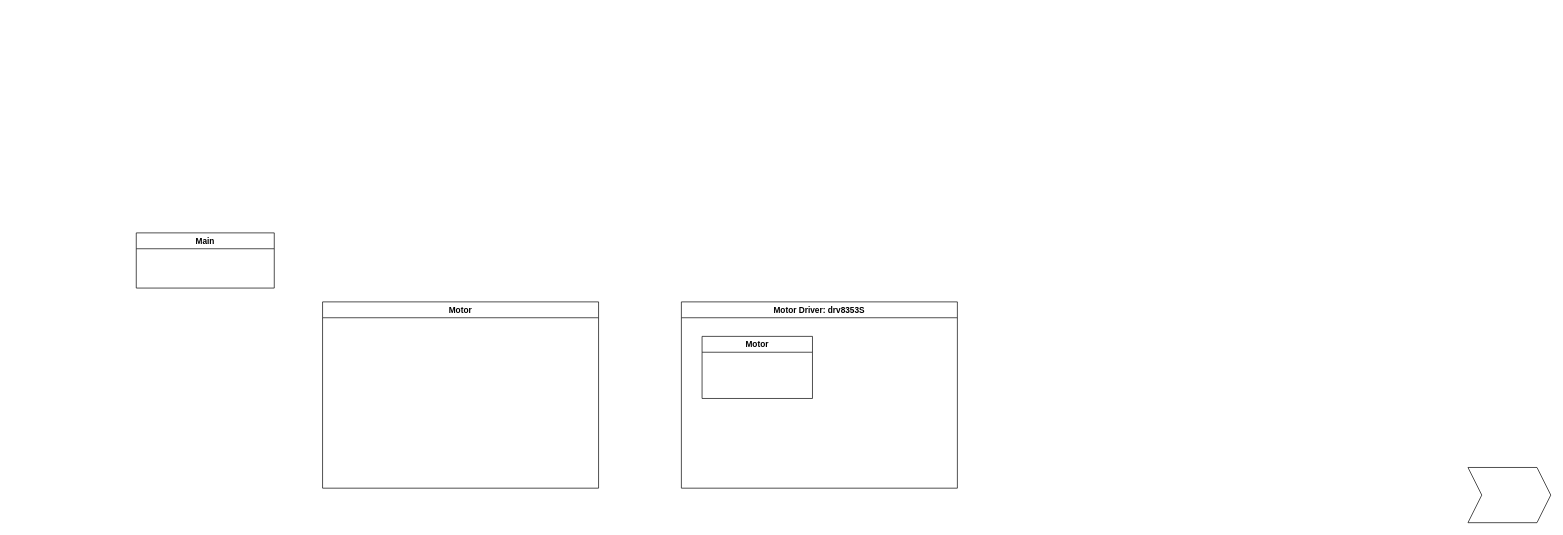
Above: page "Page-1" (1 of 2) of Untitled Diagram.drawio in Electrium-Mobility/ESC-S25 (draw.io), before the change. Source tidied: cells renumbered, new cells numbered last; positions are measured from the earlier drawing's top-left corner, leaving out a move shared by most shapes. Both pictures are drawn from the tidied source at 69%, with x=0, y=0 at pixel (136, 233).
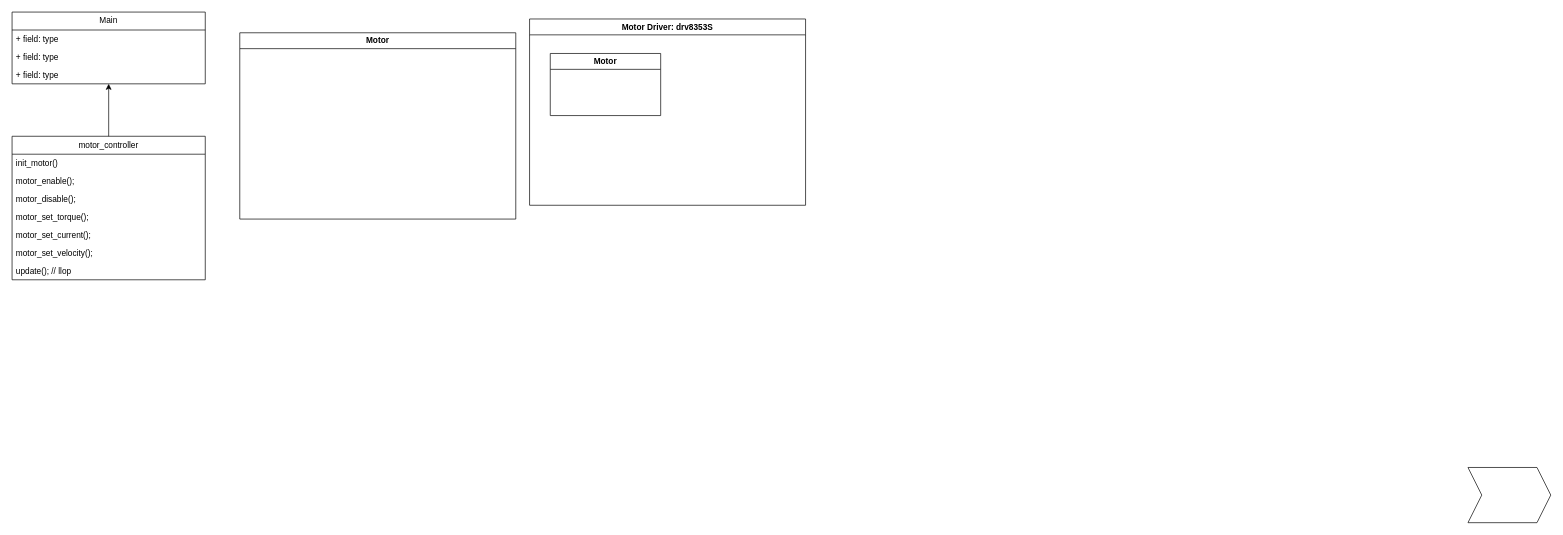
The same page after the edit.

Diff of the diagram source:
```diff
@@
 <mxGraphModel>
   <root>
     <mxCell id="0" />
     <mxCell id="1" parent="0" />
-    <mxCell id="2" value="Main" style="swimlane;whiteSpace=wrap;html=1;" parent="1" vertex="1">
-      <mxGeometry width="200" height="80" as="geometry" />
-    </mxCell>
     <mxCell id="3" style="shape=step;perimeter=stepPerimeter;whiteSpace=wrap;html=1;fixedSize=1;" parent="1" vertex="1">
       <mxGeometry x="1930" y="340" width="120" height="80" as="geometry" />
     </mxCell>
     <mxCell id="4" value="Motor" style="swimlane;whiteSpace=wrap;html=1;startSize=23;" parent="1" vertex="1">
-      <mxGeometry x="270" y="100" width="400" height="270" as="geometry" />
+      <mxGeometry x="150" y="-290" width="400" height="270" as="geometry" />
     </mxCell>
     <mxCell id="5" value="Motor Driver: drv8353S" style="swimlane;whiteSpace=wrap;html=1;startSize=23;" parent="1" vertex="1">
-      <mxGeometry x="790" y="100" width="400" height="270" as="geometry" />
+      <mxGeometry x="570" y="-310" width="400" height="270" as="geometry" />
     </mxCell>
     <mxCell id="6" value="Motor" style="swimlane;whiteSpace=wrap;html=1;startSize=23;" parent="5" vertex="1">
       <mxGeometry x="30" y="50" width="160" height="90" as="geometry" />
     </mxCell>
+    <mxCell id="7" style="edgeStyle=orthogonalEdgeStyle;rounded=0;jettySize=auto;html=1;exitX=0.5;exitY=0;exitDx=0;exitDy=0;" parent="1" edge="1" source="8" target="2">
+      <mxGeometry relative="1" as="geometry" />
+    </mxCell>
+    <mxCell id="8" value="motor_controller" style="swimlane;fontStyle=0;horizontal=1;startSize=26;fillColor=none;whiteSpace=wrap;html=1;" parent="1" vertex="1">
+      <mxGeometry x="-180" y="-140" width="280" height="208" as="geometry" />
+    </mxCell>
+    <mxCell id="9" value="init_motor()" style="text;strokeColor=none;fillColor=none;align=left;verticalAlign=top;spacingLeft=4;spacingRight=4;overflow=hidden;whiteSpace=wrap;html=1;" parent="8" vertex="1">
+      <mxGeometry y="26" width="280" height="26" as="geometry" />
+    </mxCell>
+    <mxCell id="10" value="motor_enable();" style="text;strokeColor=none;fillColor=none;align=left;verticalAlign=top;spacingLeft=4;spacingRight=4;overflow=hidden;whiteSpace=wrap;html=1;" parent="8" vertex="1">
+      <mxGeometry y="52" width="280" height="26" as="geometry" />
+    </mxCell>
+    <mxCell id="11" value="motor_disable();&amp;nbsp;" style="text;strokeColor=none;fillColor=none;align=left;verticalAlign=top;spacingLeft=4;spacingRight=4;overflow=hidden;whiteSpace=wrap;html=1;" parent="8" vertex="1">
+      <mxGeometry y="78" width="280" height="26" as="geometry" />
+    </mxCell>
+    <mxCell id="12" value="motor_set_torque();" style="text;strokeColor=none;fillColor=none;align=left;verticalAlign=top;spacingLeft=4;spacingRight=4;overflow=hidden;whiteSpace=wrap;html=1;" parent="8" vertex="1">
+      <mxGeometry y="104" width="280" height="26" as="geometry" />
+    </mxCell>
+    <mxCell id="13" value="motor_set_current();" style="text;strokeColor=none;fillColor=none;align=left;verticalAlign=top;spacingLeft=4;spacingRight=4;overflow=hidden;whiteSpace=wrap;html=1;" parent="8" vertex="1">
+      <mxGeometry y="130" width="280" height="26" as="geometry" />
+    </mxCell>
+    <mxCell id="14" value="motor_set_velocity();" style="text;strokeColor=none;fillColor=none;align=left;verticalAlign=top;spacingLeft=4;spacingRight=4;overflow=hidden;whiteSpace=wrap;html=1;" parent="8" vertex="1">
+      <mxGeometry y="156" width="280" height="26" as="geometry" />
+    </mxCell>
+    <mxCell id="15" value="update(); // llop" style="text;strokeColor=none;fillColor=none;align=left;verticalAlign=top;spacingLeft=4;spacingRight=4;overflow=hidden;whiteSpace=wrap;html=1;" parent="8" vertex="1">
+      <mxGeometry y="182" width="280" height="26" as="geometry" />
+    </mxCell>
+    <mxCell id="2" value="Main" style="swimlane;fontStyle=0;horizontal=1;startSize=26;fillColor=none;whiteSpace=wrap;html=1;" parent="1" vertex="1">
+      <mxGeometry x="-180" y="-320" width="280" height="104" as="geometry" />
+    </mxCell>
+    <mxCell id="16" value="+ field: type" style="text;strokeColor=none;fillColor=none;align=left;verticalAlign=top;spacingLeft=4;spacingRight=4;overflow=hidden;whiteSpace=wrap;html=1;" parent="2" vertex="1">
+      <mxGeometry y="26" width="280" height="26" as="geometry" />
+    </mxCell>
+    <mxCell id="17" value="+ field: type" style="text;strokeColor=none;fillColor=none;align=left;verticalAlign=top;spacingLeft=4;spacingRight=4;overflow=hidden;whiteSpace=wrap;html=1;" parent="2" vertex="1">
+      <mxGeometry y="52" width="280" height="26" as="geometry" />
+    </mxCell>
+    <mxCell id="18" value="+ field: type" style="text;strokeColor=none;fillColor=none;align=left;verticalAlign=top;spacingLeft=4;spacingRight=4;overflow=hidden;whiteSpace=wrap;html=1;" parent="2" vertex="1">
+      <mxGeometry y="78" width="280" height="26" as="geometry" />
+    </mxCell>
   </root>
 </mxGraphModel>
```
